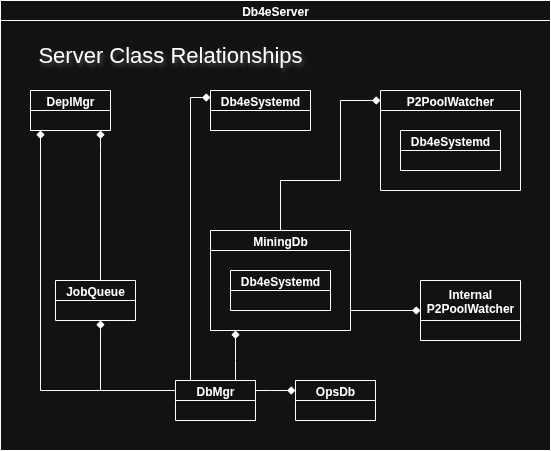
Earlier version of the draw.io export images/Server-Relationships.png (NadimGhaznavi/Db4E). Source tidied: cells renumbered, new cells last; positions are measured from the earlier drawing's top-left corner, leaving out a move shared by most shapes.
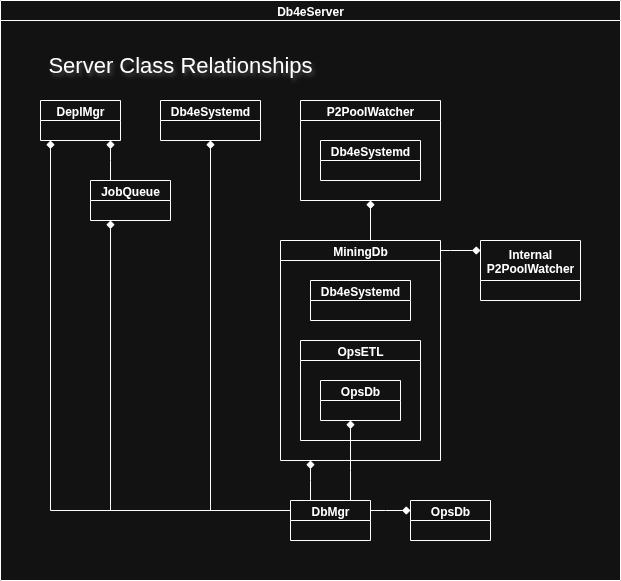
Later version of the same file.

Change to the diagram source:
```diff
@@ -3,102 +3,117 @@
     <mxCell id="0" />
     <mxCell id="1" parent="0" />
     <mxCell id="2" value="Db4eServer" style="swimlane;startSize=20;" parent="1" vertex="1">
-      <mxGeometry width="550" height="450" as="geometry" />
+      <mxGeometry width="620" height="580" as="geometry" />
     </mxCell>
     <mxCell id="3" value="DeplMgr" style="swimlane;startSize=20;" parent="2" vertex="1">
-      <mxGeometry x="30" y="90" width="80" height="40" as="geometry" />
+      <mxGeometry x="40" y="100" width="80" height="40" as="geometry" />
     </mxCell>
     <mxCell id="4" value="Db4eSystemd" style="swimlane;startSize=20;" parent="2" vertex="1">
-      <mxGeometry x="210" y="90" width="100" height="40" as="geometry" />
+      <mxGeometry x="160" y="100" width="100" height="40" as="geometry" />
     </mxCell>
     <mxCell id="5" value="DbMgr" style="swimlane;startSize=20;" parent="2" vertex="1">
-      <mxGeometry x="175" y="380" width="80" height="40" as="geometry" />
+      <mxGeometry x="290" y="500" width="80" height="40" as="geometry" />
     </mxCell>
     <mxCell id="6" style="rounded=0;jettySize=auto;html=1;startArrow=diamond;startFill=1;endArrow=none;endFill=0;edgeStyle=orthogonalEdgeStyle;" parent="2" edge="1" source="16" target="5">
       <mxGeometry relative="1" as="geometry">
         <Array as="points">
-          <mxPoint x="100" y="390" />
+          <mxPoint x="110" y="510" />
         </Array>
       </mxGeometry>
     </mxCell>
     <mxCell id="7" value="P2PoolWatcher" style="swimlane;startSize=20;" parent="2" vertex="1">
-      <mxGeometry x="380" y="90" width="140" height="100" as="geometry" />
+      <mxGeometry x="300" y="100" width="140" height="100" as="geometry" />
     </mxCell>
     <mxCell id="8" value="Db4eSystemd" style="swimlane;startSize=20;" parent="7" vertex="1">
       <mxGeometry x="20" y="40" width="100" height="40" as="geometry" />
     </mxCell>
     <mxCell id="9" value="Internal&#10;P2PoolWatcher" style="swimlane;startSize=40;" parent="2" vertex="1">
-      <mxGeometry x="420" y="280" width="100" height="60" as="geometry" />
+      <mxGeometry x="480" y="240" width="100" height="60" as="geometry" />
     </mxCell>
     <mxCell id="10" value="MiningDb" style="swimlane;startSize=20;" parent="2" vertex="1">
-      <mxGeometry x="210" y="230" width="140" height="100" as="geometry" />
+      <mxGeometry x="280" y="240" width="160" height="220" as="geometry" />
     </mxCell>
     <mxCell id="11" value="Db4eSystemd" style="swimlane;startSize=20;" parent="10" vertex="1">
-      <mxGeometry x="20" y="40" width="100" height="40" as="geometry" />
+      <mxGeometry x="30" y="40" width="100" height="40" as="geometry" />
     </mxCell>
+    <mxCell id="22" value="OpsETL" style="swimlane;startSize=20;" parent="10" vertex="1">
+      <mxGeometry x="20" y="100" width="120" height="100" as="geometry" />
+    </mxCell>
+    <mxCell id="23" value="OpsDb" style="swimlane;startSize=20;" parent="22" vertex="1">
+      <mxGeometry x="20" y="40" width="80" height="40" as="geometry" />
+    </mxCell>
     <mxCell id="12" style="rounded=0;jettySize=auto;html=1;startArrow=diamond;startFill=1;endArrow=none;endFill=0;edgeStyle=orthogonalEdgeStyle;" parent="2" edge="1" source="10" target="5">
       <mxGeometry relative="1" as="geometry">
         <Array as="points">
-          <mxPoint x="235" y="360" />
-          <mxPoint x="235" y="360" />
+          <mxPoint x="310" y="480" />
+          <mxPoint x="310" y="480" />
         </Array>
       </mxGeometry>
     </mxCell>
     <mxCell id="13" style="rounded=0;jettySize=auto;html=1;startArrow=diamond;startFill=1;endArrow=none;endFill=0;edgeStyle=orthogonalEdgeStyle;" parent="2" edge="1" source="9" target="10">
       <mxGeometry relative="1" as="geometry">
         <Array as="points">
-          <mxPoint x="315" y="290" />
-          <mxPoint x="315" y="290" />
+          <mxPoint x="450" y="250" />
+          <mxPoint x="450" y="250" />
         </Array>
       </mxGeometry>
     </mxCell>
     <mxCell id="14" style="rounded=0;jettySize=auto;html=1;startArrow=diamond;startFill=1;endArrow=none;endFill=0;edgeStyle=orthogonalEdgeStyle;" parent="2" edge="1" source="7" target="10">
       <mxGeometry relative="1" as="geometry">
         <Array as="points">
-          <mxPoint x="340" y="100" />
-          <mxPoint x="340" y="180" />
-          <mxPoint x="280" y="180" />
+          <mxPoint x="390" y="110" />
+          <mxPoint x="390" y="190" />
+          <mxPoint x="330" y="190" />
         </Array>
       </mxGeometry>
     </mxCell>
     <mxCell id="15" value="Server Class Relationships" style="text;html=1;align=center;verticalAlign=middle;whiteSpace=wrap;rounded=0;textShadow=1;fontSize=22;" parent="2" vertex="1">
-      <mxGeometry x="20" y="40" width="300" height="30" as="geometry" />
+      <mxGeometry x="30" y="50" width="300" height="30" as="geometry" />
     </mxCell>
     <mxCell id="16" value="JobQueue" style="swimlane;startSize=20;" parent="2" vertex="1">
-      <mxGeometry x="55" y="280" width="80" height="40" as="geometry" />
+      <mxGeometry x="90" y="180" width="80" height="40" as="geometry" />
     </mxCell>
     <mxCell id="17" style="rounded=0;jettySize=auto;html=1;startArrow=diamond;startFill=1;endArrow=none;endFill=0;edgeStyle=orthogonalEdgeStyle;" parent="2" edge="1" source="3" target="16">
       <mxGeometry relative="1" as="geometry">
         <Array as="points">
-          <mxPoint x="100" y="150" />
-          <mxPoint x="100" y="150" />
+          <mxPoint x="110" y="160" />
+          <mxPoint x="110" y="160" />
         </Array>
       </mxGeometry>
     </mxCell>
     <mxCell id="18" style="rounded=0;jettySize=auto;html=1;startArrow=diamond;startFill=1;endArrow=none;endFill=0;edgeStyle=orthogonalEdgeStyle;" parent="2" edge="1" source="3" target="5">
       <mxGeometry relative="1" as="geometry">
         <Array as="points">
-          <mxPoint x="40" y="390" />
+          <mxPoint x="50" y="510" />
         </Array>
       </mxGeometry>
     </mxCell>
     <mxCell id="19" style="rounded=0;jettySize=auto;html=1;startArrow=diamond;startFill=1;endArrow=none;endFill=0;edgeStyle=orthogonalEdgeStyle;" parent="2" edge="1" source="4" target="5">
       <mxGeometry relative="1" as="geometry">
         <Array as="points">
-          <mxPoint x="190" y="97" />
+          <mxPoint x="210" y="107" />
+          <mxPoint x="210" y="510" />
         </Array>
       </mxGeometry>
     </mxCell>
     <mxCell id="20" value="OpsDb" style="swimlane;startSize=20;" parent="2" vertex="1">
-      <mxGeometry x="295" y="380" width="80" height="40" as="geometry" />
+      <mxGeometry x="410" y="500" width="80" height="40" as="geometry" />
     </mxCell>
     <mxCell id="21" style="rounded=0;jettySize=auto;html=1;startArrow=diamond;startFill=1;endArrow=none;endFill=0;edgeStyle=orthogonalEdgeStyle;" parent="2" edge="1" source="20" target="5">
       <mxGeometry relative="1" as="geometry">
         <Array as="points">
-          <mxPoint x="270" y="390" />
-          <mxPoint x="270" y="390" />
+          <mxPoint x="385" y="510" />
+          <mxPoint x="385" y="510" />
         </Array>
       </mxGeometry>
     </mxCell>
+    <mxCell id="24" style="rounded=0;jettySize=auto;html=1;startArrow=diamond;startFill=1;endArrow=none;endFill=0;edgeStyle=orthogonalEdgeStyle;" parent="2" edge="1" source="23" target="5">
+      <mxGeometry relative="1" as="geometry">
+        <Array as="points">
+          <mxPoint x="350" y="470" />
+          <mxPoint x="350" y="470" />
+        </Array>
+      </mxGeometry>
+    </mxCell>
   </root>
 </mxGraphModel>
```
